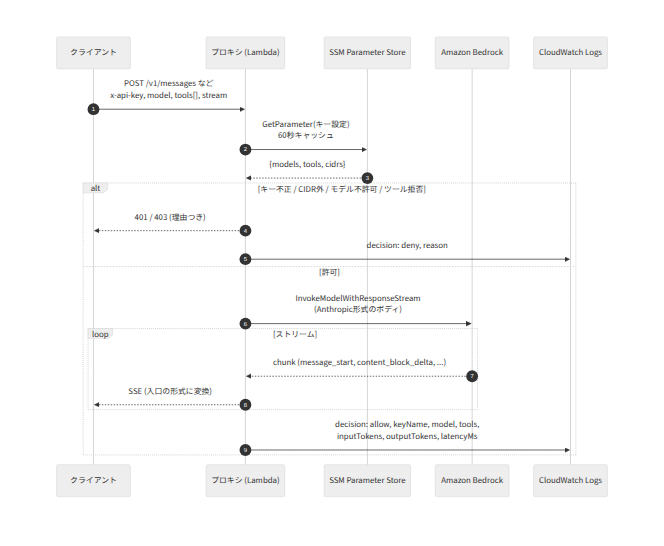
Earlier version of the Mermaid export docs/sequence.png (upgradeinc-c-m/simple-llm-proxy). Its source is kept beside it as docs/sequence.mmd. Source of this version:
```mermaid
sequenceDiagram
    autonumber
    participant C as クライアント
    participant P as プロキシ (Lambda)
    participant S as SSM Parameter Store
    participant B as Amazon Bedrock
    participant L as CloudWatch Logs
    C->>P: POST /v1/messages など<br/>x-api-key, model, tools[], stream
    P->>S: GetParameter(キー設定)<br/>60秒キャッシュ
    S-->>P: {models, tools, cidrs}
    alt キー不正 / CIDR外 / モデル不許可 / ツール拒否
        P-->>C: 401 / 403 (理由つき)
        P->>L: decision: deny, reason
    else 許可
        P->>B: InvokeModelWithResponseStream<br/>(Anthropic形式のボディ)
        loop ストリーム
            B-->>P: chunk (message_start, content_block_delta, ...)
            P-->>C: SSE (入口の形式に変換)
        end
        P->>L: decision: allow, keyName, model, tools,<br/>inputTokens, outputTokens, latencyMs
    end
```
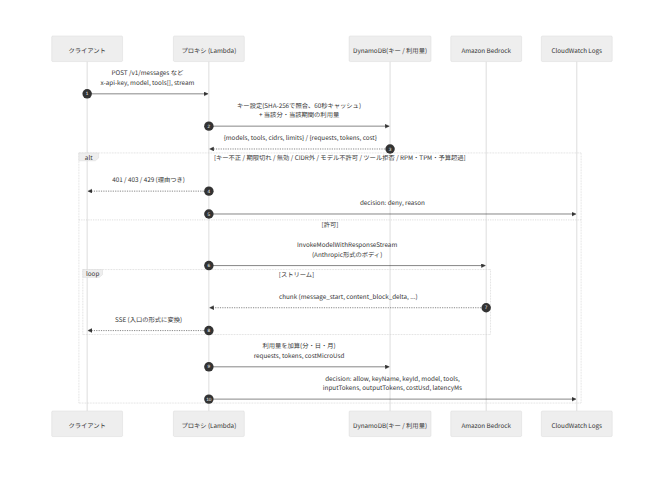
Later version of the same file.

Change to the diagram source:
```diff
@@ -2,14 +2,14 @@
     autonumber
     participant C as クライアント
     participant P as プロキシ (Lambda)
-    participant S as SSM Parameter Store
+    participant S as DynamoDB(キー / 利用量)
     participant B as Amazon Bedrock
     participant L as CloudWatch Logs
     C->>P: POST /v1/messages など<br/>x-api-key, model, tools[], stream
-    P->>S: GetParameter(キー設定)<br/>60秒キャッシュ
-    S-->>P: {models, tools, cidrs}
-    alt キー不正 / CIDR外 / モデル不許可 / ツール拒否
-        P-->>C: 401 / 403 (理由つき)
+    P->>S: キー設定(SHA-256で照合、60秒キャッシュ)<br/>+ 当該分・当該期間の利用量
+    S-->>P: {models, tools, cidrs, limits} / {requests, tokens, cost}
+    alt キー不正 / 期限切れ / 無効 / CIDR外 / モデル不許可 / ツール拒否 / RPM・TPM・予算超過
+        P-->>C: 401 / 403 / 429 (理由つき)
         P->>L: decision: deny, reason
     else 許可
         P->>B: InvokeModelWithResponseStream<br/>(Anthropic形式のボディ)
@@ -17,5 +17,6 @@
             B-->>P: chunk (message_start, content_block_delta, ...)
             P-->>C: SSE (入口の形式に変換)
         end
-        P->>L: decision: allow, keyName, model, tools,<br/>inputTokens, outputTokens, latencyMs
+        P->>S: 利用量を加算(分・日・月)<br/>requests, tokens, costMicroUsd
+        P->>L: decision: allow, keyName, keyId, model, tools,<br/>inputTokens, outputTokens, costUsd, latencyMs
     end
```
